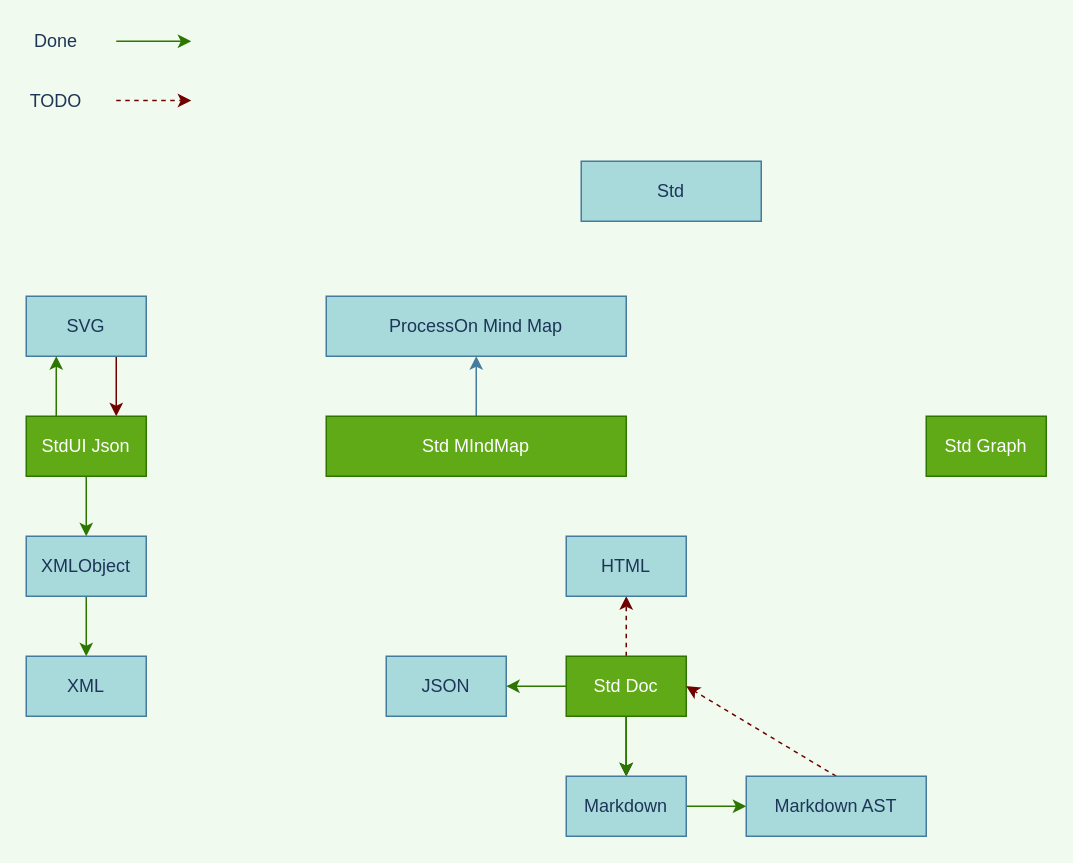
The draw.io diagram goal.drawio in yunser/json-ui, before the edit. Source tidied: cells renumbered, new cells numbered last; positions are measured from the earlier drawing's top-left corner, leaving out a move shared by most shapes. Both pictures are drawn from the tidied source at 150%, with x=0, y=0 at pixel (26, 26).
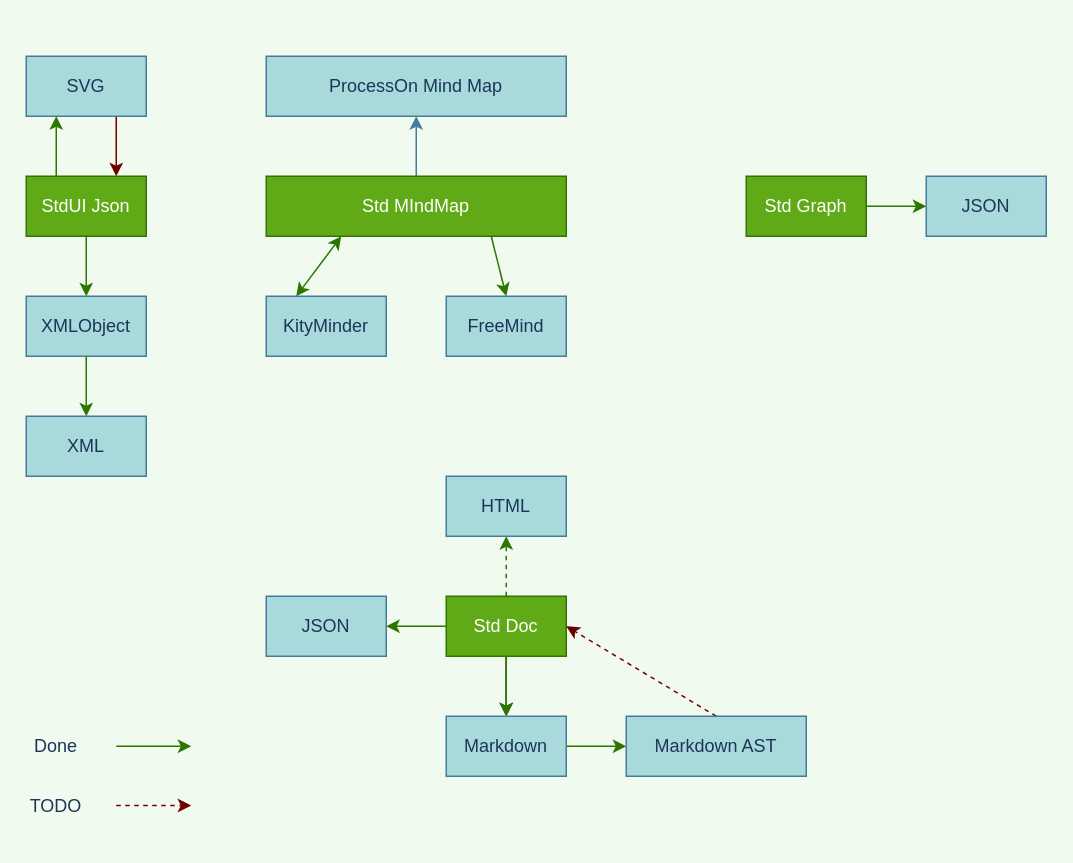
Above is the later version.

Commit message (it also covers changes not shown here):
「add」graph 2 json

The edit, as a diff of the source:
```diff
@@
     <mxCell id="2" value="XML" style="whiteSpace=wrap;html=1;fillColor=#A8DADC;strokeColor=#457B9D;fontColor=#1D3557;" parent="1" vertex="1">
-      <mxGeometry y="420" width="80" height="40" as="geometry" />
+      <mxGeometry y="260" width="80" height="40" as="geometry" />
     </mxCell>
-    <mxCell id="3" value="Std" style="whiteSpace=wrap;html=1;fillColor=#A8DADC;strokeColor=#457B9D;fontColor=#1D3557;" parent="1" vertex="1">
-      <mxGeometry x="370" y="90" width="120" height="40" as="geometry" />
-    </mxCell>
@@
     <mxCell id="5" value="XMLObject" style="whiteSpace=wrap;html=1;fillColor=#A8DADC;strokeColor=#457B9D;fontColor=#1D3557;" parent="1" vertex="1">
-      <mxGeometry y="340" width="80" height="40" as="geometry" />
+      <mxGeometry y="180" width="80" height="40" as="geometry" />
     </mxCell>
@@
     <mxCell id="7" value="SVG" style="whiteSpace=wrap;html=1;fillColor=#A8DADC;strokeColor=#457B9D;fontColor=#1D3557;" parent="1" vertex="1">
-      <mxGeometry y="180" width="80" height="40" as="geometry" />
+      <mxGeometry y="20" width="80" height="40" as="geometry" />
     </mxCell>
@@
     <mxCell id="10" value="StdUI Json" style="whiteSpace=wrap;html=1;fillColor=#60a917;strokeColor=#2D7600;fontColor=#ffffff;" parent="1" vertex="1">
-      <mxGeometry y="260" width="80" height="40" as="geometry" />
+      <mxGeometry y="100" width="80" height="40" as="geometry" />
     </mxCell>
     <mxCell id="11" style="endArrow=classic;html=1;fontColor=#1D3557;strokeColor=#2D7600;fillColor=#60a917;" parent="1" edge="1">
       <mxGeometry relative="1" as="geometry">
-        <mxPoint x="60" y="10" as="sourcePoint" />
-        <mxPoint x="110" y="10" as="targetPoint" />
+        <mxPoint x="60" y="480" as="sourcePoint" />
+        <mxPoint x="110" y="480" as="targetPoint" />
       </mxGeometry>
     </mxCell>
     <mxCell id="12" value="Done" style="text;html=1;strokeColor=none;fillColor=none;align=center;verticalAlign=middle;whiteSpace=wrap;rounded=0;fontColor=#1D3557;" parent="1" vertex="1">
-      <mxGeometry width="40" height="20" as="geometry" />
+      <mxGeometry y="470" width="40" height="20" as="geometry" />
     </mxCell>
     <mxCell id="13" value="TODO" style="text;html=1;strokeColor=none;fillColor=none;align=center;verticalAlign=middle;whiteSpace=wrap;rounded=0;fontColor=#1D3557;" parent="1" vertex="1">
-      <mxGeometry y="40" width="40" height="20" as="geometry" />
+      <mxGeometry y="510" width="40" height="20" as="geometry" />
     </mxCell>
     <mxCell id="14" style="endArrow=classic;html=1;fontColor=#1D3557;strokeColor=#6F0000;fillColor=#a20025;dashed=1;" parent="1" edge="1">
       <mxGeometry relative="1" as="geometry">
-        <mxPoint x="60" y="49.5" as="sourcePoint" />
-        <mxPoint x="110" y="49.5" as="targetPoint" />
+        <mxPoint x="60" y="519.5" as="sourcePoint" />
+        <mxPoint x="110" y="519.5" as="targetPoint" />
       </mxGeometry>
     </mxCell>
@@
+    <mxCell id="30" style="edgeStyle=none;rounded=0;jettySize=auto;html=1;exitX=0.75;exitY=1;exitDx=0;exitDy=0;entryX=0.5;entryY=0;entryDx=0;entryDy=0;startArrow=none;startFill=0;fillColor=#60a917;strokeColor=#2D7600;" parent="1" edge="1" source="16" target="34">
+      <mxGeometry relative="1" as="geometry" />
+    </mxCell>
     <mxCell id="16" value="Std MIndMap" style="whiteSpace=wrap;html=1;fillColor=#60a917;strokeColor=#2D7600;fontColor=#ffffff;" parent="1" vertex="1">
-      <mxGeometry x="200" y="260" width="200" height="40" as="geometry" />
+      <mxGeometry x="160" y="100" width="200" height="40" as="geometry" />
     </mxCell>
     <mxCell id="17" value="ProcessOn Mind Map" style="whiteSpace=wrap;html=1;fillColor=#A8DADC;strokeColor=#457B9D;fontColor=#1D3557;" parent="1" vertex="1">
-      <mxGeometry x="200" y="180" width="200" height="40" as="geometry" />
+      <mxGeometry x="160" y="20" width="200" height="40" as="geometry" />
     </mxCell>
@@
-    <mxCell id="21" style="edgeStyle=none;rounded=0;jettySize=auto;html=1;exitX=0.5;exitY=0;exitDx=0;exitDy=0;entryX=0.5;entryY=1;entryDx=0;entryDy=0;fillColor=#a20025;strokeColor=#6F0000;dashed=1;" parent="1" edge="1" source="22" target="29">
+    <mxCell id="21" style="edgeStyle=none;rounded=0;jettySize=auto;html=1;exitX=0.5;exitY=0;exitDx=0;exitDy=0;entryX=0.5;entryY=1;entryDx=0;entryDy=0;fillColor=#60a917;strokeColor=#2D7600;dashed=1;" parent="1" edge="1" source="22" target="29">
       <mxGeometry relative="1" as="geometry" />
     </mxCell>
     <mxCell id="22" value="Std Doc" style="whiteSpace=wrap;html=1;fillColor=#60a917;strokeColor=#2D7600;fontColor=#ffffff;" parent="1" vertex="1">
-      <mxGeometry x="360" y="420" width="80" height="40" as="geometry" />
+      <mxGeometry x="280" y="380" width="80" height="40" as="geometry" />
     </mxCell>
+    <mxCell id="31" style="edgeStyle=none;rounded=0;jettySize=auto;html=1;exitX=1;exitY=0.5;exitDx=0;exitDy=0;entryX=0;entryY=0.5;entryDx=0;entryDy=0;fontColor=#333333;startArrow=none;startFill=0;fillColor=#60a917;strokeColor=#2D7600;" parent="1" edge="1" source="23" target="35">
+      <mxGeometry relative="1" as="geometry" />
+    </mxCell>
     <mxCell id="23" value="Std Graph" style="whiteSpace=wrap;html=1;fillColor=#60a917;strokeColor=#2D7600;fontColor=#ffffff;" parent="1" vertex="1">
-      <mxGeometry x="600" y="260" width="80" height="40" as="geometry" />
+      <mxGeometry x="480" y="100" width="80" height="40" as="geometry" />
     </mxCell>
@@
     <mxCell id="25" value="Markdown" style="whiteSpace=wrap;html=1;fillColor=#A8DADC;strokeColor=#457B9D;fontColor=#1D3557;" parent="1" vertex="1">
-      <mxGeometry x="360" y="500" width="80" height="40" as="geometry" />
+      <mxGeometry x="280" y="460" width="80" height="40" as="geometry" />
     </mxCell>
@@
     <mxCell id="27" value="Markdown AST" style="whiteSpace=wrap;html=1;fillColor=#A8DADC;strokeColor=#457B9D;fontColor=#1D3557;" parent="1" vertex="1">
-      <mxGeometry x="480" y="500" width="120" height="40" as="geometry" />
+      <mxGeometry x="400" y="460" width="120" height="40" as="geometry" />
     </mxCell>
     <mxCell id="28" value="JSON" style="whiteSpace=wrap;html=1;fillColor=#A8DADC;strokeColor=#457B9D;fontColor=#1D3557;" parent="1" vertex="1">
-      <mxGeometry x="240" y="420" width="80" height="40" as="geometry" />
+      <mxGeometry x="160" y="380" width="80" height="40" as="geometry" />
     </mxCell>
     <mxCell id="29" value="HTML" style="whiteSpace=wrap;html=1;fillColor=#A8DADC;strokeColor=#457B9D;fontColor=#1D3557;" parent="1" vertex="1">
-      <mxGeometry x="360" y="340" width="80" height="40" as="geometry" />
+      <mxGeometry x="280" y="300" width="80" height="40" as="geometry" />
     </mxCell>
+    <mxCell id="32" style="rounded=0;jettySize=auto;html=1;exitX=0.25;exitY=0;exitDx=0;exitDy=0;entryX=0.25;entryY=1;entryDx=0;entryDy=0;fillColor=#60a917;strokeColor=#2D7600;startArrow=classic;startFill=1;" parent="1" edge="1" source="33" target="16">
+      <mxGeometry relative="1" as="geometry" />
+    </mxCell>
+    <mxCell id="33" value="KityMinder" style="whiteSpace=wrap;html=1;fillColor=#A8DADC;strokeColor=#457B9D;fontColor=#1D3557;" parent="1" vertex="1">
+      <mxGeometry x="160" y="180" width="80" height="40" as="geometry" />
+    </mxCell>
+    <mxCell id="34" value="FreeMind" style="whiteSpace=wrap;html=1;fillColor=#A8DADC;strokeColor=#457B9D;fontColor=#1D3557;" parent="1" vertex="1">
+      <mxGeometry x="280" y="180" width="80" height="40" as="geometry" />
+    </mxCell>
+    <mxCell id="35" value="JSON" style="whiteSpace=wrap;html=1;fillColor=#A8DADC;strokeColor=#457B9D;fontColor=#1D3557;" parent="1" vertex="1">
+      <mxGeometry x="600" y="100" width="80" height="40" as="geometry" />
+    </mxCell>
```
